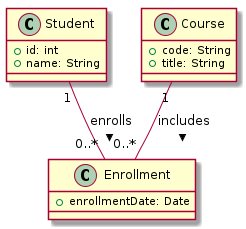
The PlantUML diagram outputs/single_agent/exercise_02/diagram_generated.png in Tom-KB/Generating-and-Correcting-Design-Diagrams-with-LLMs, before a commit.
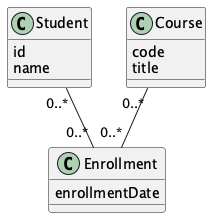
Later version of the same file.

Diff of the diagram source:
```diff
@@ -1,18 +1,21 @@
 @startuml
+
 class Student {
-    +id: int
-    +name: String
+  id
+  name
 }
 
 class Course {
-    +code: String
-    +title: String
+  code
+  title
 }
 
 class Enrollment {
-    +enrollmentDate: Date
+  enrollmentDate
 }
 
-Student "1" -- "0..*" Enrollment : enrolls >
-Course "1" -- "0..*" Enrollment : includes >
+Student "0..*" -- "0..*" Enrollment
+
+Course "0..*" -- "0..*" Enrollment
+
 @enduml
```
